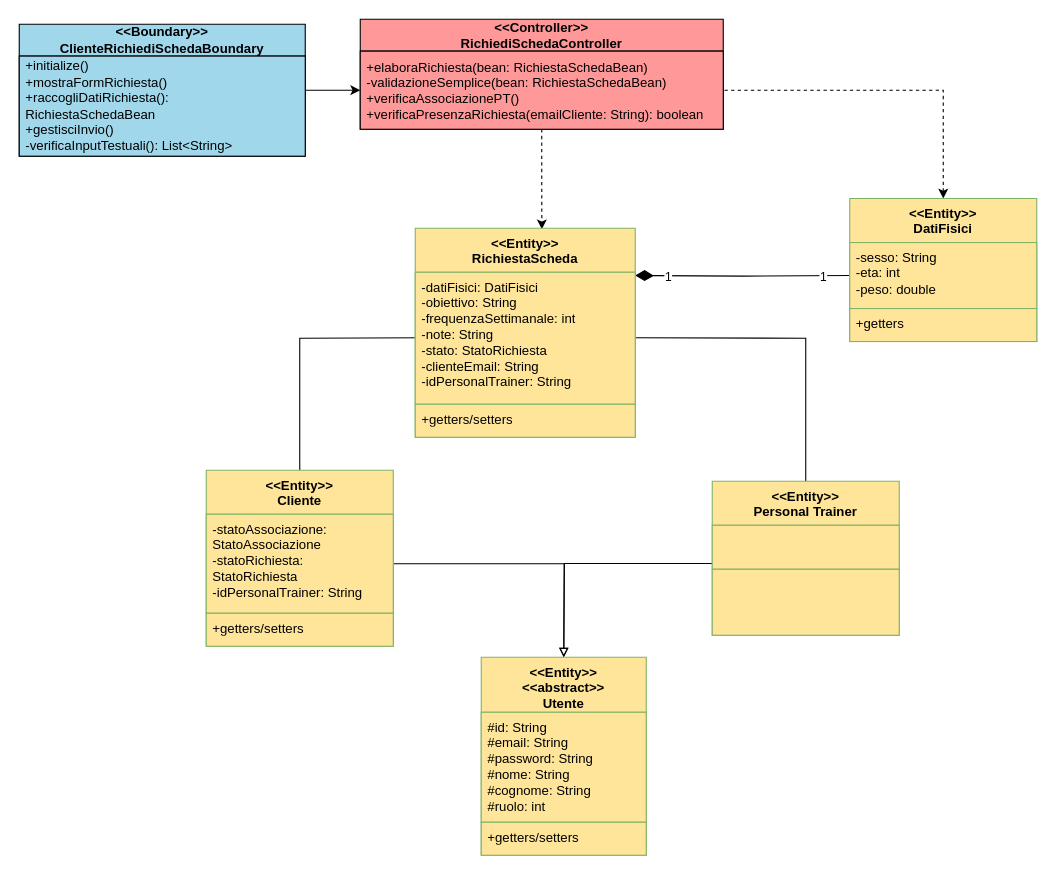
The draw.io diagram VOPC/Diagramma senza titolo.drawio in FedericoSib/FitPlan, before the edit. Source tidied: cells renumbered, new cells numbered last; positions are measured from the earlier drawing's top-left corner, leaving out a move shared by most shapes. Both pictures are drawn from the tidied source at 110%, with x=0, y=0 at pixel (19, 19).
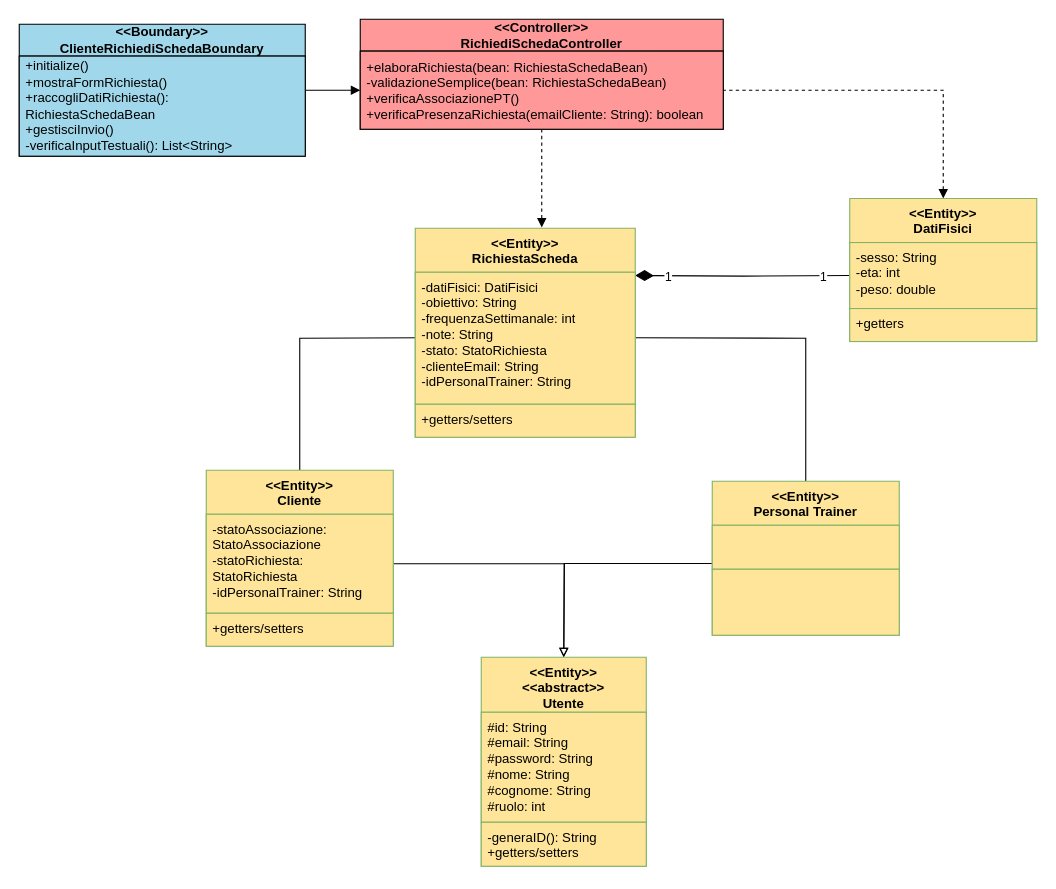
After the change.

Unchanged cells that the change refers to:
```xml
<mxCell id="3" value="&lt;div&gt;&amp;lt;&amp;lt;Boundary&amp;gt;&amp;gt;&lt;/div&gt;&lt;div&gt;ClienteRichiediSchedaBoundary&lt;/div&gt;" style="swimlane;fontStyle=1;align=center;verticalAlign=middle;horizontal=1;startSize=29;html=1;whiteSpace=wrap;swimlaneFillColor=light-dark(#ffffff, #ededed);fillColor=#A0D7EB;" parent="1" vertex="1">
  <mxGeometry y="4.5" width="260" height="120" as="geometry" />
</mxCell>
<mxCell id="5" value="&lt;div&gt;&amp;lt;&amp;lt;Controller&amp;gt;&amp;gt;&lt;/div&gt;&lt;div&gt;RichiediSchedaController&lt;/div&gt;" style="swimlane;fontStyle=1;align=center;verticalAlign=middle;horizontal=1;startSize=29;html=1;whiteSpace=wrap;swimlaneFillColor=default;fillColor=#FF9999;" parent="1" vertex="1">
  <mxGeometry x="310" width="330" height="100" as="geometry" />
</mxCell>
<mxCell id="6" value="&lt;div align=&quot;left&quot;&gt;+elaboraRichiesta(bean: RichiestaSchedaBean)&lt;/div&gt;&lt;div align=&quot;left&quot;&gt;-validazioneSemplice(bean: RichiestaSchedaBean)&lt;/div&gt;&lt;div align=&quot;left&quot;&gt;+verificaAssociazionePT()&lt;/div&gt;&lt;div align=&quot;left&quot;&gt;+verificaPresenzaRichiesta(emailCliente: String): boolean&lt;/div&gt;" style="text;html=1;strokeColor=default;fillColor=#FF9999;align=left;verticalAlign=middle;spacingLeft=4;spacingRight=4;overflow=hidden;points=[[0,0.5],[1,0.5]];portConstraint=eastwest;whiteSpace=wrap;" parent="5" vertex="1">
  <mxGeometry y="29" width="330" height="71" as="geometry" />
</mxCell>
<mxCell id="25" value="&lt;div&gt;&amp;lt;&amp;lt;Entity&amp;gt;&amp;gt;&lt;/div&gt;RichiestaScheda" style="swimlane;fontStyle=1;align=center;verticalAlign=top;horizontal=1;startSize=40;whiteSpace=wrap;html=1;fillColor=#FFE599;gradientColor=none;strokeColor=#82b366;" parent="1" vertex="1">
  <mxGeometry x="360" y="190" width="200" height="190" as="geometry" />
</mxCell>
<mxCell id="28" value="&lt;div&gt;&amp;lt;&amp;lt;Entity&amp;gt;&amp;gt;&lt;/div&gt;DatiFisici" style="swimlane;fontStyle=1;align=center;verticalAlign=top;horizontal=1;startSize=40;whiteSpace=wrap;html=1;fillColor=#FFE599;gradientColor=none;strokeColor=#82b366;" parent="1" vertex="1">
  <mxGeometry x="755" y="163" width="170" height="130" as="geometry" />
</mxCell>
```

Diff of the diagram source:
```diff
@@
-    <mxCell id="2" style="edgeStyle=orthogonalEdgeStyle;rounded=0;jettySize=auto;html=1;entryX=0;entryY=0.5;entryDx=0;entryDy=0;" parent="1" edge="1" source="3" target="6">
+    <mxCell id="2" style="edgeStyle=orthogonalEdgeStyle;rounded=0;jettySize=auto;html=1;entryX=0;entryY=0.5;entryDx=0;entryDy=0;endArrow=block;endFill=1;" parent="1" edge="1" source="3" target="6">
       <mxGeometry relative="1" as="geometry" />
     </mxCell>
@@
-    <mxCell id="12" style="endArrow=none;html=1;rounded=0;exitX=0.5;exitY=0;exitDx=0;exitDy=0;entryX=1;entryY=0.5;entryDx=0;entryDy=0;dashed=1;startArrow=classic;startFill=1;edgeStyle=orthogonalEdgeStyle;" parent="1" edge="1" source="28" target="6">
+    <mxCell id="12" style="endArrow=none;html=1;rounded=0;exitX=0.5;exitY=0;exitDx=0;exitDy=0;entryX=1;entryY=0.5;entryDx=0;entryDy=0;dashed=1;startArrow=block;startFill=1;edgeStyle=orthogonalEdgeStyle;" parent="1" edge="1" source="28" target="6">
       <mxGeometry relative="1" as="geometry" />
     </mxCell>
@@
-    <mxCell id="15" style="edgeStyle=orthogonalEdgeStyle;rounded=0;jettySize=auto;html=1;entryX=0.553;entryY=0.006;entryDx=0;entryDy=0;entryPerimeter=0;dashed=1;" parent="1" edge="1" source="5">
-      <mxGeometry relative="1" as="geometry">
-        <mxPoint x="475.1" y="191" as="targetPoint" />
-      </mxGeometry>
+    <mxCell id="15" style="edgeStyle=orthogonalEdgeStyle;rounded=0;jettySize=auto;html=1;entryX=0.575;entryY=-0.004;entryDx=0;entryDy=0;entryPerimeter=0;dashed=1;endArrow=block;endFill=1;" parent="1" edge="1" source="5" target="25">
+      <mxGeometry relative="1" as="geometry" />
     </mxCell>
@@
     <mxCell id="19" value="&lt;div&gt;&amp;lt;&amp;lt;Entity&amp;gt;&amp;gt;&lt;/div&gt;&lt;div&gt;&amp;lt;&amp;lt;abstract&amp;gt;&amp;gt; &lt;br&gt;&lt;/div&gt;Utente" style="swimlane;fontStyle=1;align=center;verticalAlign=top;horizontal=1;startSize=50;whiteSpace=wrap;html=1;fillColor=#FFE599;gradientColor=none;strokeColor=#82b366;" parent="1" vertex="1">
-      <mxGeometry x="420" y="580" width="150" height="180" as="geometry" />
+      <mxGeometry x="420" y="580" width="150" height="190" as="geometry" />
     </mxCell>
@@
-    <mxCell id="21" value="+getters/setters" style="text;strokeColor=#82b366;fillColor=#FFE599;align=left;verticalAlign=top;spacingLeft=4;spacingRight=4;overflow=hidden;whiteSpace=wrap;html=1;gradientColor=none;" parent="19" vertex="1">
-      <mxGeometry y="150" width="150" height="30" as="geometry" />
+    <mxCell id="21" value="&lt;div&gt;-generaID(): String&lt;/div&gt;&lt;div&gt;+getters/setters&lt;/div&gt;" style="text;strokeColor=#82b366;fillColor=#FFE599;align=left;verticalAlign=top;spacingLeft=4;spacingRight=4;overflow=hidden;whiteSpace=wrap;html=1;gradientColor=none;" parent="19" vertex="1">
+      <mxGeometry y="150" width="150" height="40" as="geometry" />
     </mxCell>
```
